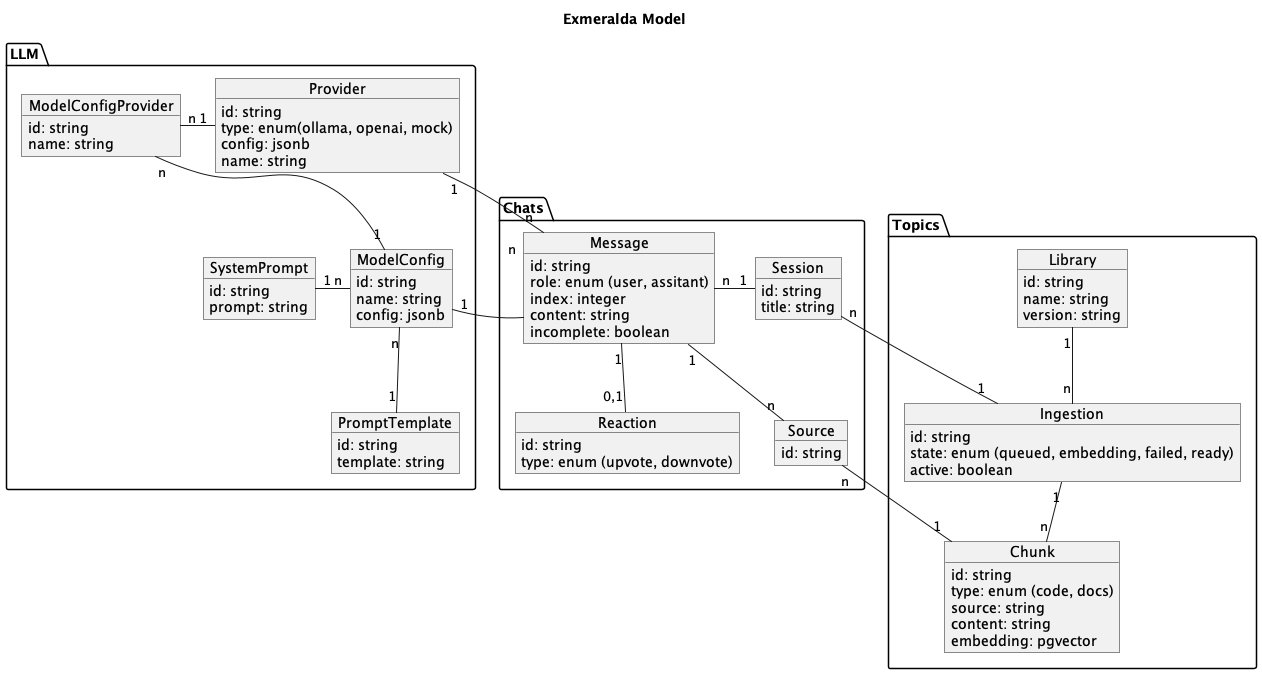
This is docs/model.png from bitcrowd/exmeralda, a PlantUML export, as it was before one commit.
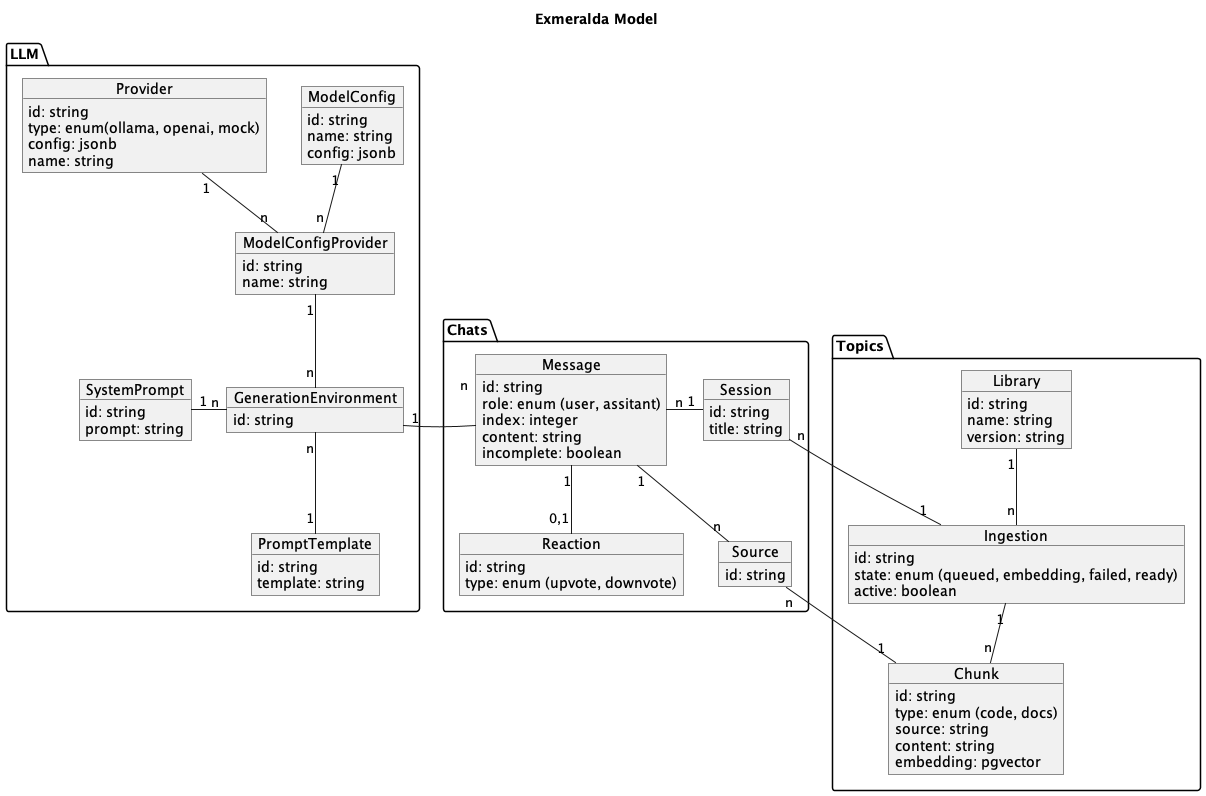
After the commit.

What changed in the source:
```diff
@@ -38,10 +38,15 @@
     template: string
   }
 
-  ModelConfigProvider "n" -l- "1" Provider
-  ModelConfigProvider "n" -d- "1" ModelConfig
-  SystemPrompt "1" -r- "n" ModelConfig
-  PromptTemplate "1" -u- "n" ModelConfig
+  object GenerationEnvironment {
+    id: string
+  }
+
+  ModelConfig "1" -d- "n" ModelConfigProvider
+  Provider "1" -d- "n" ModelConfigProvider
+  SystemPrompt "1" -r- "n" GenerationEnvironment
+  PromptTemplate "1" -u- "n" GenerationEnvironment
+  ModelConfigProvider "1" -d- "n" GenerationEnvironment
 }
 
 package Chats {
@@ -97,8 +102,7 @@
   Chunk "n" -u- "1" Ingestion
 }
 
-Message "n" -l- "1" ModelConfig
-Message "n" -l- "1" Provider
+Message "n" -l- "1" GenerationEnvironment
 Session "n" -- "1" Ingestion
 Source "n" -- "1" Chunk
 
```
